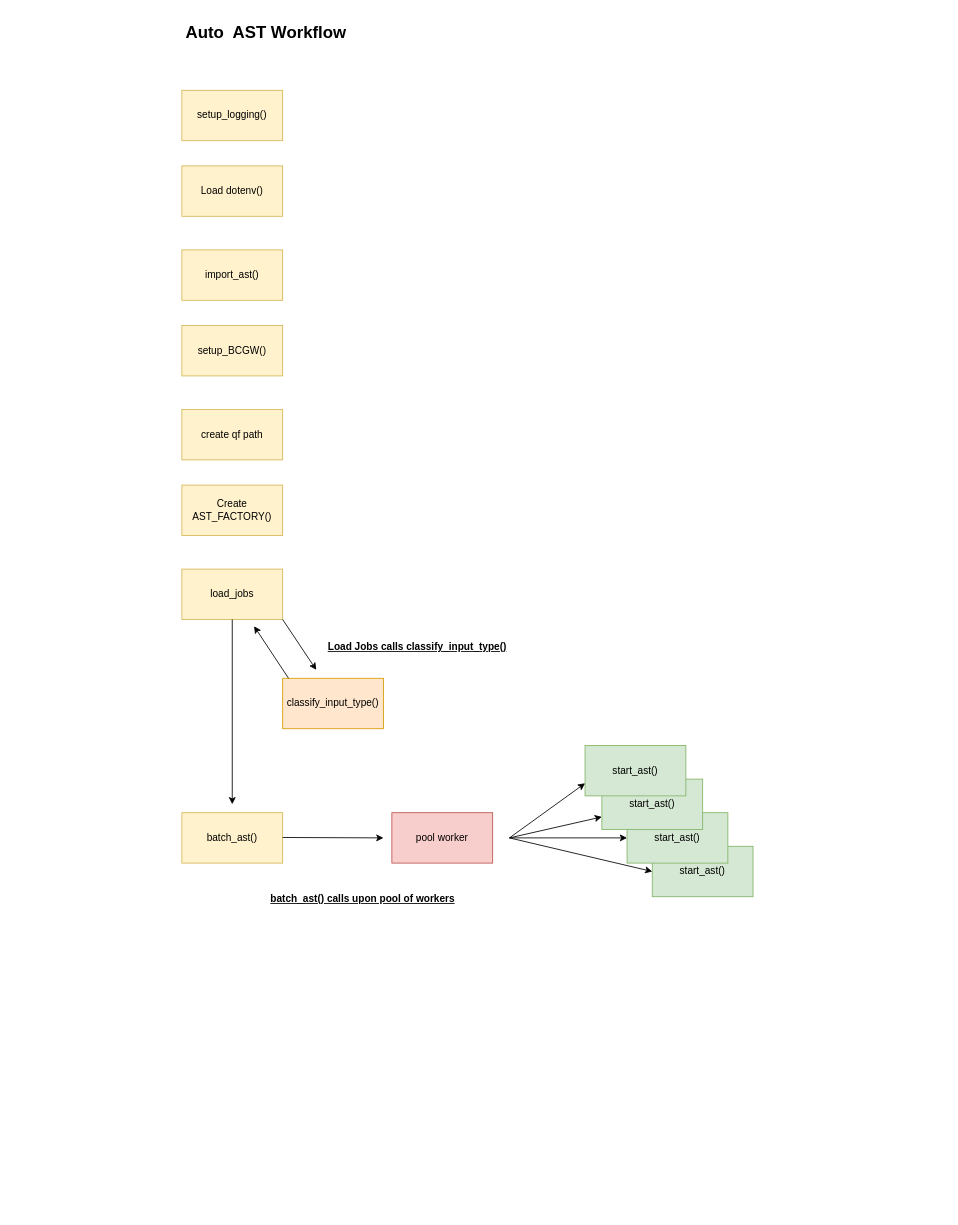
This is autoast/Auto Ast Flow Chart.drawio from bcgov/gss_fish_wildlife, a draw.io file, before an edit. Source tidied: cells renumbered, new cells numbered last; positions are measured from the earlier drawing's top-left corner, leaving out a move shared by most shapes. Both pictures are drawn from the tidied source at 84%, with x=0, y=0 at pixel (181, 14).
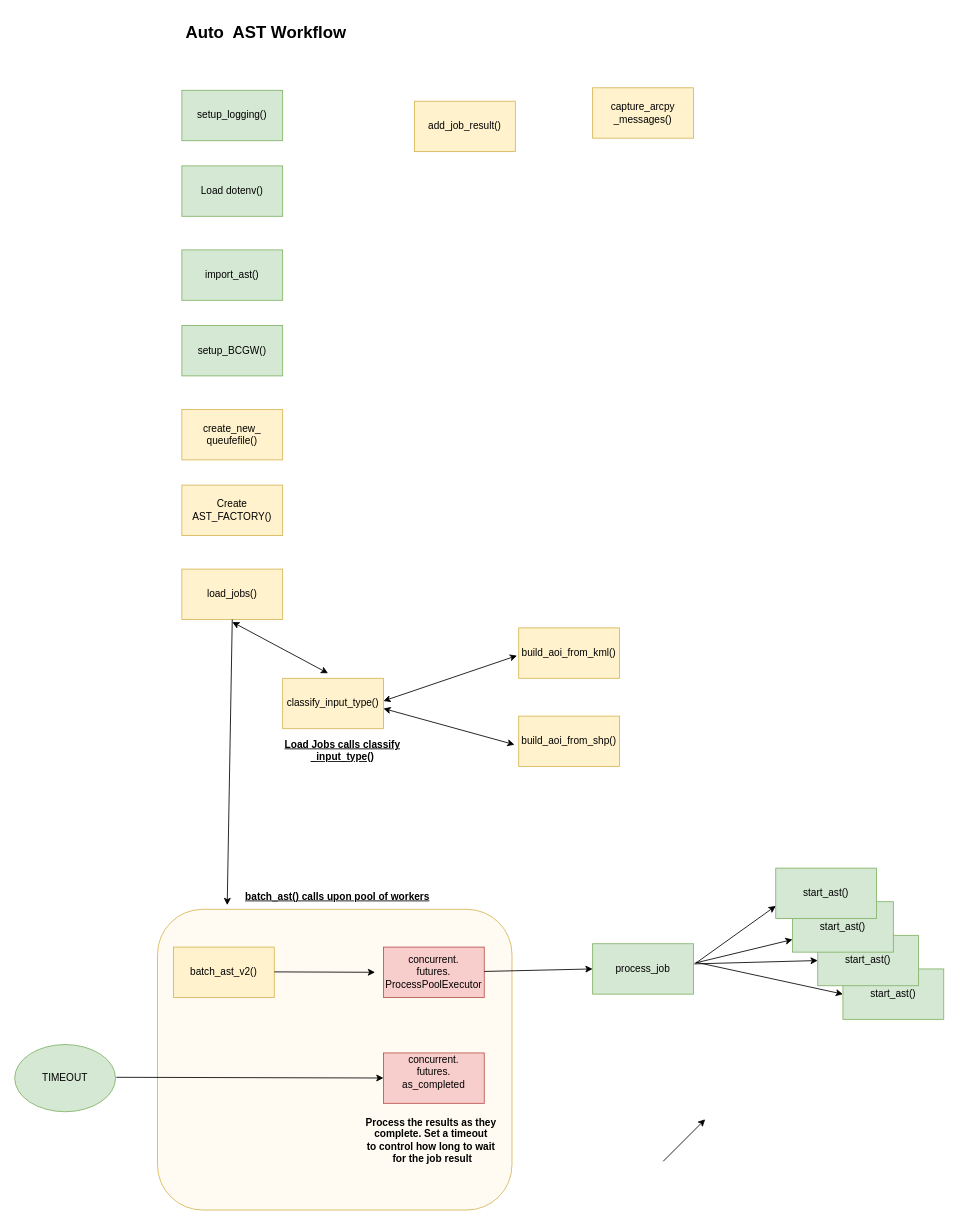
The same page after the edit.

Commit message (it also covers changes not shown here):
- logging mostly fixed on autoast_09_18_24 logging. Will save as autoast after this commit. * WORKING

What changed in the source:
```diff
@@
+    <mxCell id="27" style="rounded=1;whiteSpace=wrap;html=1;fillColor=#FFFBF2;strokeColor=#d6b656;" parent="1" vertex="1">
+      <mxGeometry x="-29" y="1065" width="422" height="358" as="geometry" />
+    </mxCell>
-    <mxCell id="2" value="Load dotenv()" style="rounded=0;whiteSpace=wrap;html=1;fillColor=#fff2cc;strokeColor=#d6b656;" parent="1" vertex="1">
+    <mxCell id="2" value="Load dotenv()" style="rounded=0;whiteSpace=wrap;html=1;fillColor=#d5e8d4;strokeColor=#82b366;" parent="1" vertex="1">
       <mxGeometry y="180" width="120" height="60" as="geometry" />
     </mxCell>
-    <mxCell id="3" value="import_ast()" style="rounded=0;whiteSpace=wrap;html=1;fillColor=#fff2cc;strokeColor=#d6b656;" parent="1" vertex="1">
+    <mxCell id="3" value="import_ast()" style="rounded=0;whiteSpace=wrap;html=1;fillColor=#d5e8d4;strokeColor=#82b366;" parent="1" vertex="1">
       <mxGeometry y="280" width="120" height="60" as="geometry" />
     </mxCell>
-    <mxCell id="4" value="setup_BCGW()" style="rounded=0;whiteSpace=wrap;html=1;fillColor=#fff2cc;strokeColor=#d6b656;" parent="1" vertex="1">
+    <mxCell id="4" value="setup_BCGW()" style="rounded=0;whiteSpace=wrap;html=1;fillColor=#d5e8d4;strokeColor=#82b366;" parent="1" vertex="1">
       <mxGeometry y="370" width="120" height="60" as="geometry" />
     </mxCell>
-    <mxCell id="5" value="create qf path" style="rounded=0;whiteSpace=wrap;html=1;fillColor=#fff2cc;strokeColor=#d6b656;" parent="1" vertex="1">
+    <mxCell id="5" value="create_new_&lt;div&gt;queufefile()&lt;/div&gt;" style="rounded=0;whiteSpace=wrap;html=1;fillColor=#fff2cc;strokeColor=#d6b656;" parent="1" vertex="1">
       <mxGeometry y="470" width="120" height="60" as="geometry" />
     </mxCell>
@@
-    <mxCell id="7" value="classify_input_type()" style="rounded=0;whiteSpace=wrap;html=1;fillColor=#ffe6cc;strokeColor=#d79b00;" parent="1" vertex="1">
+    <mxCell id="7" value="classify_input_type()" style="rounded=0;whiteSpace=wrap;html=1;fillColor=#fff2cc;strokeColor=#d6b656;" parent="1" vertex="1">
       <mxGeometry x="120" y="790" width="120" height="60" as="geometry" />
     </mxCell>
-    <mxCell id="8" value="load_jobs" style="rounded=0;whiteSpace=wrap;html=1;fillColor=#fff2cc;strokeColor=#d6b656;" parent="1" vertex="1">
+    <mxCell id="8" value="load_jobs()" style="rounded=0;whiteSpace=wrap;html=1;fillColor=#fff2cc;strokeColor=#d6b656;" parent="1" vertex="1">
       <mxGeometry y="660" width="120" height="60" as="geometry" />
     </mxCell>
     <mxCell id="9" value="start_ast()" style="rounded=0;whiteSpace=wrap;html=1;fillColor=#d5e8d4;strokeColor=#82b366;" parent="1" vertex="1">
-      <mxGeometry x="560" y="990" width="120" height="60" as="geometry" />
+      <mxGeometry x="787" y="1136" width="120" height="60" as="geometry" />
     </mxCell>
-    <mxCell id="10" value="pool worker" style="rounded=0;whiteSpace=wrap;html=1;fillColor=#f8cecc;strokeColor=#b85450;" parent="1" vertex="1">
-      <mxGeometry x="250" y="950" width="120" height="60" as="geometry" />
+    <mxCell id="10" value="concurrent.&lt;div&gt;futures.&lt;/div&gt;&lt;div&gt;ProcessPoolExecutor&lt;/div&gt;" style="rounded=0;whiteSpace=wrap;html=1;fillColor=#f8cecc;strokeColor=#b85450;" parent="1" vertex="1">
+      <mxGeometry x="240" y="1110" width="120" height="60" as="geometry" />
     </mxCell>
-    <mxCell id="11" value="batch_ast()" style="rounded=0;whiteSpace=wrap;html=1;fillColor=#fff2cc;strokeColor=#d6b656;" parent="1" vertex="1">
-      <mxGeometry y="950" width="120" height="60" as="geometry" />
+    <mxCell id="11" value="batch_ast_v2()" style="rounded=0;whiteSpace=wrap;html=1;fillColor=#fff2cc;strokeColor=#d6b656;" parent="1" vertex="1">
+      <mxGeometry x="-10" y="1110" width="120" height="60" as="geometry" />
     </mxCell>
     <mxCell id="12" value="start_ast()" style="rounded=0;whiteSpace=wrap;html=1;fillColor=#d5e8d4;strokeColor=#82b366;" parent="1" vertex="1">
-      <mxGeometry x="530" y="950" width="120" height="60" as="geometry" />
+      <mxGeometry x="757" y="1096" width="120" height="60" as="geometry" />
     </mxCell>
     <mxCell id="13" value="start_ast()" style="rounded=0;whiteSpace=wrap;html=1;fillColor=#d5e8d4;strokeColor=#82b366;" parent="1" vertex="1">
-      <mxGeometry x="500" y="910" width="120" height="60" as="geometry" />
+      <mxGeometry x="727" y="1056" width="120" height="60" as="geometry" />
     </mxCell>
     <mxCell id="14" value="start_ast()" style="rounded=0;whiteSpace=wrap;html=1;fillColor=#d5e8d4;strokeColor=#82b366;" parent="1" vertex="1">
-      <mxGeometry x="480" y="870" width="120" height="60" as="geometry" />
+      <mxGeometry x="707" y="1016" width="120" height="60" as="geometry" />
     </mxCell>
-    <mxCell id="15" style="endArrow=classic;html=1;rounded=0;" parent="1" edge="1">
-      <mxGeometry relative="1" as="geometry">
-        <mxPoint x="120" y="720" as="sourcePoint" />
-        <mxPoint x="160" y="780" as="targetPoint" />
-      </mxGeometry>
-    </mxCell>
     <mxCell id="16" style="endArrow=classic;html=1;rounded=0;exitX=0.5;exitY=1;exitDx=0;exitDy=0;" parent="1" edge="1" source="8">
       <mxGeometry relative="1" as="geometry">
-        <mxPoint x="60" y="940" as="targetPoint" />
+        <mxPoint x="54" y="1060" as="targetPoint" />
       </mxGeometry>
     </mxCell>
     <mxCell id="17" style="endArrow=classic;html=1;rounded=0;" parent="1" edge="1">
       <mxGeometry relative="1" as="geometry">
-        <mxPoint x="120" y="979.5" as="sourcePoint" />
-        <mxPoint x="240" y="980" as="targetPoint" />
+        <mxPoint x="110" y="1139.5" as="sourcePoint" />
+        <mxPoint x="230" y="1140" as="targetPoint" />
       </mxGeometry>
     </mxCell>
     <mxCell id="18" style="endArrow=classic;html=1;rounded=0;entryX=0;entryY=0.75;entryDx=0;entryDy=0;" parent="1" edge="1" target="14">
       <mxGeometry relative="1" as="geometry">
-        <mxPoint x="390" y="980" as="sourcePoint" />
+        <mxPoint x="612" y="1129" as="sourcePoint" />
       </mxGeometry>
     </mxCell>
     <mxCell id="19" style="endArrow=classic;html=1;rounded=0;entryX=0;entryY=0.75;entryDx=0;entryDy=0;" parent="1" edge="1" target="13">
       <mxGeometry relative="1" as="geometry">
-        <mxPoint x="390" y="980" as="sourcePoint" />
+        <mxPoint x="611" y="1129" as="sourcePoint" />
       </mxGeometry>
     </mxCell>
     <mxCell id="20" style="endArrow=classic;html=1;rounded=0;entryX=0;entryY=0.5;entryDx=0;entryDy=0;" parent="1" edge="1" target="12">
       <mxGeometry relative="1" as="geometry">
-        <mxPoint x="390" y="980" as="sourcePoint" />
+        <mxPoint x="610" y="1130" as="sourcePoint" />
       </mxGeometry>
     </mxCell>
     <mxCell id="21" style="endArrow=classic;html=1;rounded=0;entryX=0;entryY=0.5;entryDx=0;entryDy=0;" parent="1" edge="1" target="9">
       <mxGeometry relative="1" as="geometry">
-        <mxPoint x="390" y="980" as="sourcePoint" />
+        <mxPoint x="612" y="1128" as="sourcePoint" />
       </mxGeometry>
     </mxCell>
-    <mxCell id="22" value="setup_logging()" style="rounded=0;whiteSpace=wrap;html=1;fillColor=#fff2cc;strokeColor=#d6b656;" parent="1" vertex="1">
+    <mxCell id="22" value="setup_logging()" style="rounded=0;whiteSpace=wrap;html=1;fillColor=#d5e8d4;strokeColor=#82b366;" parent="1" vertex="1">
       <mxGeometry y="90" width="120" height="60" as="geometry" />
     </mxCell>
-    <mxCell id="23" value="Load Jobs calls classify_input_type()" style="text;html=1;align=center;verticalAlign=middle;strokeColor=none;fillColor=none;fontStyle=5;" parent="1" vertex="1">
-      <mxGeometry x="170" y="738" width="220" height="30" as="geometry" />
+    <mxCell id="23" value="Load Jobs calls classify&lt;div&gt;_input_type()&lt;/div&gt;" style="text;html=1;align=center;verticalAlign=middle;strokeColor=none;fillColor=none;fontStyle=5;" parent="1" vertex="1">
+      <mxGeometry x="119" y="855" width="143" height="41" as="geometry" />
     </mxCell>
     <mxCell id="24" value="batch_ast() calls upon pool of workers" style="text;html=1;align=center;verticalAlign=middle;strokeColor=none;fillColor=none;fontStyle=5;" parent="1" vertex="1">
-      <mxGeometry x="100" y="1038" width="230" height="30" as="geometry" />
+      <mxGeometry x="70" y="1035" width="230" height="30" as="geometry" />
     </mxCell>
@@
-    <mxCell id="26" style="endArrow=classic;html=1;rounded=0;" parent="1" edge="1">
-      <mxGeometry relative="1" as="geometry">
-        <mxPoint x="127" y="790" as="sourcePoint" />
-        <mxPoint x="86" y="728" as="targetPoint" />
-      </mxGeometry>
-    </mxCell>
+    <mxCell id="28" value="concurrent.&lt;div&gt;futures.&lt;/div&gt;&lt;div&gt;as_completed&lt;br&gt;&lt;div&gt;&lt;br&gt;&lt;/div&gt;&lt;/div&gt;" style="rounded=0;whiteSpace=wrap;html=1;fillColor=#f8cecc;strokeColor=#b85450;" parent="1" vertex="1">
+      <mxGeometry x="240" y="1236" width="120" height="60" as="geometry" />
+    </mxCell>
+    <mxCell id="29" value="process_job" style="rounded=0;whiteSpace=wrap;html=1;fillColor=#d5e8d4;strokeColor=#82b366;" parent="1" vertex="1">
+      <mxGeometry x="489" y="1106" width="120" height="60" as="geometry" />
+    </mxCell>
+    <mxCell id="30" value="add_job_result()" style="rounded=0;whiteSpace=wrap;html=1;fillColor=#fff2cc;strokeColor=#d6b656;" parent="1" vertex="1">
+      <mxGeometry x="277" y="103" width="120" height="60" as="geometry" />
+    </mxCell>
+    <mxCell id="31" value="build_aoi_from_kml()" style="rounded=0;whiteSpace=wrap;html=1;fillColor=#fff2cc;strokeColor=#d6b656;" parent="1" vertex="1">
+      <mxGeometry x="401" y="730" width="120" height="60" as="geometry" />
+    </mxCell>
+    <mxCell id="32" value="build_aoi_from_shp()" style="rounded=0;whiteSpace=wrap;html=1;fillColor=#fff2cc;strokeColor=#d6b656;" parent="1" vertex="1">
+      <mxGeometry x="401" y="835" width="120" height="60" as="geometry" />
+    </mxCell>
+    <mxCell id="33" value="capture_arcpy&lt;div&gt;_messages()&lt;/div&gt;" style="rounded=0;whiteSpace=wrap;html=1;fillColor=#fff2cc;strokeColor=#d6b656;" parent="1" vertex="1">
+      <mxGeometry x="489" y="87" width="120" height="60" as="geometry" />
+    </mxCell>
+    <mxCell id="34" style="endArrow=classic;startArrow=classic;html=1;rounded=0;" parent="1" edge="1">
+      <mxGeometry relative="1" as="geometry">
+        <mxPoint x="240" y="817" as="sourcePoint" />
+        <mxPoint x="399" y="763" as="targetPoint" />
+      </mxGeometry>
+    </mxCell>
+    <mxCell id="35" style="endArrow=classic;startArrow=classic;html=1;rounded=0;" parent="1" edge="1">
+      <mxGeometry relative="1" as="geometry">
+        <mxPoint x="240" y="826" as="sourcePoint" />
+        <mxPoint x="396" y="869" as="targetPoint" />
+      </mxGeometry>
+    </mxCell>
+    <mxCell id="36" style="endArrow=classic;startArrow=classic;html=1;rounded=0;" parent="1" edge="1">
+      <mxGeometry relative="1" as="geometry">
+        <mxPoint x="60" y="723" as="sourcePoint" />
+        <mxPoint x="174" y="784" as="targetPoint" />
+      </mxGeometry>
+    </mxCell>
+    <mxCell id="37" value="Process the results as they&amp;nbsp;&lt;div&gt;complete.&amp;nbsp;Set a timeout&amp;nbsp;&lt;/div&gt;&lt;div&gt;to control how long to wait&amp;nbsp;&lt;/div&gt;&lt;div&gt;for the job result&lt;/div&gt;" style="text;html=1;align=center;verticalAlign=middle;strokeColor=none;fillColor=none;fontStyle=1;" parent="1" vertex="1">
+      <mxGeometry x="215" y="1305" width="165" height="70" as="geometry" />
+    </mxCell>
+    <mxCell id="38" value="TIMEOUT" style="ellipse;whiteSpace=wrap;html=1;fillColor=#d5e8d4;strokeColor=#82b366;" parent="1" vertex="1">
+      <mxGeometry x="-199" y="1226" width="120" height="80" as="geometry" />
+    </mxCell>
+    <mxCell id="39" style="endArrow=classic;html=1;rounded=0;" parent="1" edge="1">
+      <mxGeometry relative="1" as="geometry">
+        <mxPoint x="573" y="1365" as="sourcePoint" />
+        <mxPoint x="623" y="1315" as="targetPoint" />
+      </mxGeometry>
+    </mxCell>
+    <mxCell id="40" style="endArrow=classic;html=1;rounded=0;entryX=0;entryY=0.5;entryDx=0;entryDy=0;" parent="1" edge="1" target="29">
+      <mxGeometry relative="1" as="geometry">
+        <mxPoint x="360" y="1139" as="sourcePoint" />
+      </mxGeometry>
+    </mxCell>
+    <mxCell id="41" style="endArrow=classic;html=1;rounded=0;" parent="1" edge="1" target="28">
+      <mxGeometry relative="1" as="geometry">
+        <mxPoint x="-78" y="1265" as="sourcePoint" />
+      </mxGeometry>
+    </mxCell>
```
